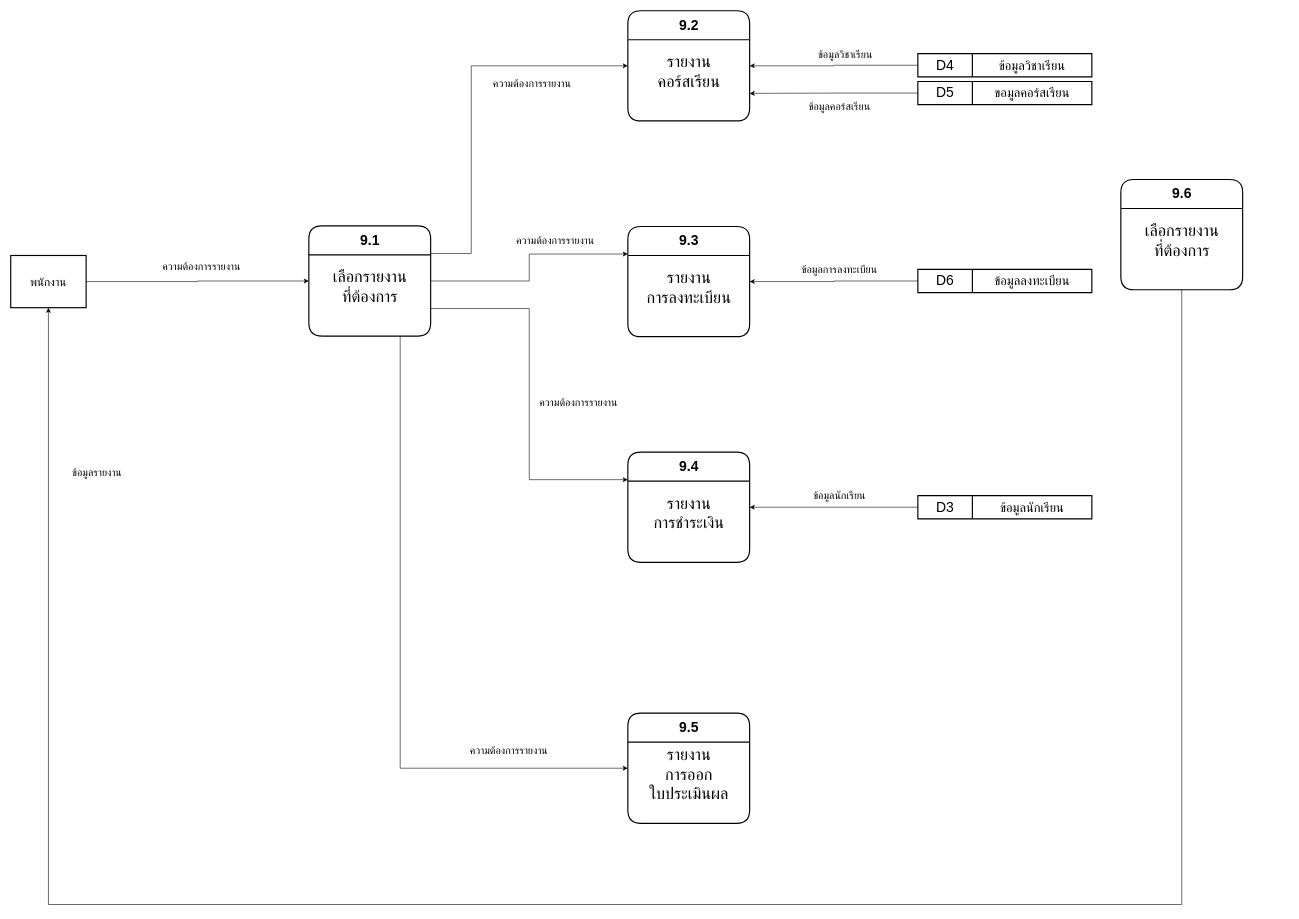
Above: page "Page-10" (10 of 12) of 14-8-65/Er14-8-65.drawio in kongtuk2539/Project-EnrollSystem (draw.io), before the change. Source tidied: cells renumbered, new cells numbered last; positions are measured from the earlier drawing's top-left corner, leaving out a move shared by most shapes. Both pictures are drawn from the tidied source at 58%, with x=0, y=0 at pixel (10, 10).
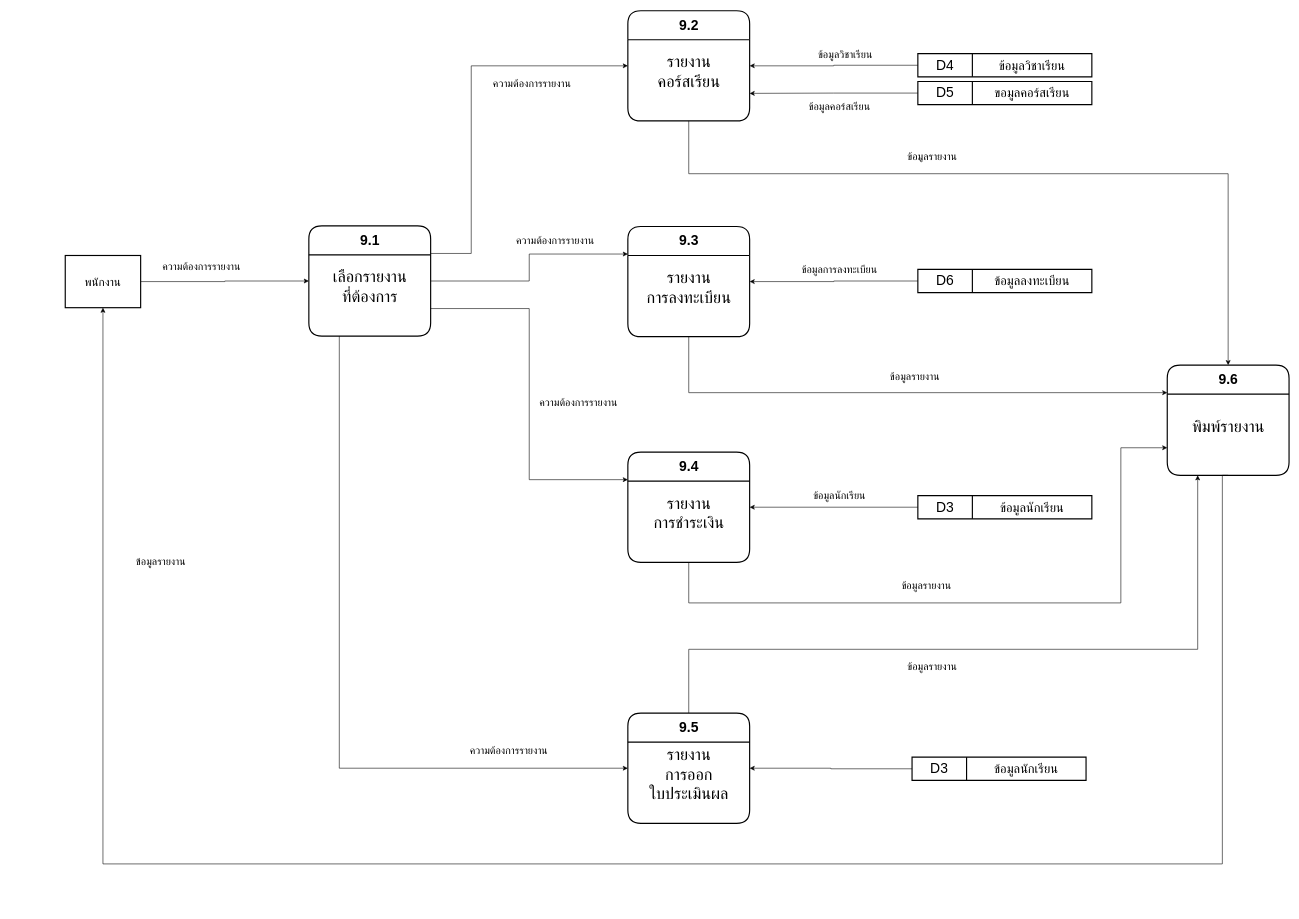
Above is the later version.

Unchanged cells that the change refers to:
```xml
<mxCell id="22" value="&lt;span style=&quot;font-size: 24px;&quot;&gt;9.2&lt;/span&gt;" style="swimlane;rounded=1;shadow=0;glass=0;sketch=0;fontFamily=Helvetica;fontSize=12;strokeWidth=2;html=1;startSize=50;" parent="1" vertex="1">
  <mxGeometry x="1064" width="210" height="190" as="geometry" />
</mxCell>
<mxCell id="24" value="&lt;span style=&quot;font-size: 24px;&quot;&gt;9.3&lt;/span&gt;" style="swimlane;rounded=1;shadow=0;glass=0;sketch=0;fontFamily=Helvetica;fontSize=12;strokeWidth=2;html=1;startSize=50;" parent="1" vertex="1">
  <mxGeometry x="1064" y="372" width="210" height="190" as="geometry" />
</mxCell>
<mxCell id="26" value="&lt;span style=&quot;font-size: 24px;&quot;&gt;9.4&lt;/span&gt;" style="swimlane;rounded=1;shadow=0;glass=0;sketch=0;fontFamily=Helvetica;fontSize=12;strokeWidth=2;html=1;startSize=50;" parent="1" vertex="1">
  <mxGeometry x="1064" y="761" width="210" height="190" as="geometry" />
</mxCell>
<mxCell id="28" value="&lt;span style=&quot;font-size: 24px;&quot;&gt;9.5&lt;/span&gt;" style="swimlane;rounded=1;shadow=0;glass=0;sketch=0;fontFamily=Helvetica;fontSize=12;strokeWidth=2;html=1;startSize=50;" parent="1" vertex="1">
  <mxGeometry x="1064" y="1211" width="210" height="190" as="geometry" />
</mxCell>
<mxCell id="43" value="&lt;span style=&quot;font-size: 24px;&quot;&gt;9.1&lt;/span&gt;" style="swimlane;rounded=1;shadow=0;glass=0;sketch=0;fontFamily=Helvetica;fontSize=12;strokeWidth=2;html=1;startSize=50;" parent="1" vertex="1">
  <mxGeometry x="514" y="371" width="210" height="190" as="geometry" />
</mxCell>
```

Change to the diagram source:
```diff
@@
-    <mxCell id="3" style="edgeStyle=orthogonalEdgeStyle;rounded=0;jettySize=auto;html=1;exitX=0.5;exitY=1;exitDx=0;exitDy=0;entryX=0.5;entryY=1;entryDx=0;entryDy=0;startArrow=classic;startFill=1;endArrow=none;endFill=0;" parent="1" edge="1" source="4" target="45">
-      <mxGeometry relative="1" as="geometry">
-        <Array as="points">
-          <mxPoint x="65" y="1541" />
-          <mxPoint x="2019" y="1541" />
-        </Array>
-      </mxGeometry>
-    </mxCell>
     <mxCell id="4" value="&lt;span style=&quot;font-size: 20px;&quot;&gt;พนักงาน&lt;/span&gt;" style="rounded=0;whiteSpace=wrap;html=1;shadow=0;glass=0;sketch=0;fontFamily=Helvetica;fontSize=24;fontColor=default;strokeColor=default;strokeWidth=2;fillColor=default;" parent="1" vertex="1">
-      <mxGeometry y="422" width="130" height="90" as="geometry" />
+      <mxGeometry x="94" y="422" width="130" height="90" as="geometry" />
     </mxCell>
@@
+    <mxCell id="51" style="edgeStyle=orthogonalEdgeStyle;rounded=0;jettySize=auto;html=1;exitX=0.5;exitY=1;exitDx=0;exitDy=0;entryX=0.5;entryY=0;entryDx=0;entryDy=0;" parent="1" edge="1" source="22" target="45">
+      <mxGeometry relative="1" as="geometry">
+        <Array as="points">
+          <mxPoint x="1169" y="281" />
+          <mxPoint x="2099" y="281" />
+        </Array>
+      </mxGeometry>
+    </mxCell>
@@
+    <mxCell id="52" style="edgeStyle=orthogonalEdgeStyle;rounded=0;jettySize=auto;html=1;exitX=0.5;exitY=1;exitDx=0;exitDy=0;entryX=0;entryY=0.25;entryDx=0;entryDy=0;" parent="1" edge="1" source="24" target="45">
+      <mxGeometry relative="1" as="geometry" />
+    </mxCell>
@@
+    <mxCell id="53" style="edgeStyle=orthogonalEdgeStyle;rounded=0;jettySize=auto;html=1;exitX=0.5;exitY=1;exitDx=0;exitDy=0;entryX=0;entryY=0.75;entryDx=0;entryDy=0;" parent="1" edge="1" source="26" target="45">
+      <mxGeometry relative="1" as="geometry">
+        <Array as="points">
+          <mxPoint x="1169" y="1021" />
+          <mxPoint x="1914" y="1021" />
+          <mxPoint x="1914" y="754" />
+        </Array>
+      </mxGeometry>
+    </mxCell>
@@
+    <mxCell id="54" style="edgeStyle=orthogonalEdgeStyle;rounded=0;jettySize=auto;html=1;exitX=0.5;exitY=0;exitDx=0;exitDy=0;entryX=0.25;entryY=1;entryDx=0;entryDy=0;" parent="1" edge="1" source="28" target="45">
+      <mxGeometry relative="1" as="geometry">
+        <Array as="points">
+          <mxPoint x="1169" y="1101" />
+          <mxPoint x="2047" y="1101" />
+        </Array>
+      </mxGeometry>
+    </mxCell>
@@
     <mxCell id="38" value="ข้อมูลรายงาน" style="text;html=1;strokeColor=none;fillColor=none;align=center;verticalAlign=middle;whiteSpace=wrap;rounded=0;shadow=0;glass=0;sketch=0;fontFamily=Helvetica;fontSize=18;fontColor=default;" parent="1" vertex="1">
-      <mxGeometry x="24" y="781" width="250" height="30" as="geometry" />
+      <mxGeometry x="104" y="911" width="310" height="80" as="geometry" />
     </mxCell>
@@
-    <mxCell id="42" style="edgeStyle=orthogonalEdgeStyle;rounded=0;jettySize=auto;html=1;exitX=0.75;exitY=1;exitDx=0;exitDy=0;entryX=0;entryY=0.5;entryDx=0;entryDy=0;startArrow=none;startFill=0;endArrow=classic;endFill=1;" parent="1" edge="1" source="43" target="28">
+    <mxCell id="42" style="edgeStyle=orthogonalEdgeStyle;rounded=0;jettySize=auto;html=1;exitX=0.25;exitY=1;exitDx=0;exitDy=0;entryX=0;entryY=0.5;entryDx=0;entryDy=0;startArrow=none;startFill=0;endArrow=classic;endFill=1;" parent="1" edge="1" source="43" target="28">
       <mxGeometry relative="1" as="geometry" />
     </mxCell>
@@
-    <mxCell id="45" value="&lt;span style=&quot;font-size: 24px;&quot;&gt;9.6&lt;/span&gt;" style="swimlane;rounded=1;shadow=0;glass=0;sketch=0;fontFamily=Helvetica;fontSize=12;strokeWidth=2;html=1;startSize=50;" parent="1" vertex="1">
-      <mxGeometry x="1914" y="291" width="210" height="190" as="geometry" />
-    </mxCell>
-    <mxCell id="46" value="&lt;span style=&quot;font-size: 28px;&quot;&gt;เลือกรายงาน&lt;br&gt;ที่ต้องการ&lt;br&gt;&lt;/span&gt;" style="text;html=1;align=center;verticalAlign=middle;fontSize=12;fontFamily=Helvetica;fillColor=none;" parent="45" vertex="1">
-      <mxGeometry x="20" y="65" width="170" height="80" as="geometry" />
-    </mxCell>
@@
+    <mxCell id="55" style="edgeStyle=orthogonalEdgeStyle;rounded=0;jettySize=auto;html=1;exitX=0.5;exitY=1;exitDx=0;exitDy=0;entryX=0.5;entryY=1;entryDx=0;entryDy=0;" parent="1" edge="1" source="45" target="4">
+      <mxGeometry relative="1" as="geometry">
+        <Array as="points">
+          <mxPoint x="2089" y="1471" />
+          <mxPoint x="159" y="1471" />
+        </Array>
+      </mxGeometry>
+    </mxCell>
+    <mxCell id="45" value="&lt;span style=&quot;font-size: 24px;&quot;&gt;9.6&lt;/span&gt;" style="swimlane;rounded=1;shadow=0;glass=0;sketch=0;fontFamily=Helvetica;fontSize=12;strokeWidth=2;html=1;startSize=50;" parent="1" vertex="1">
+      <mxGeometry x="1994" y="611" width="210" height="190" as="geometry" />
+    </mxCell>
+    <mxCell id="56" value="&lt;span style=&quot;font-size: 28px;&quot;&gt;พิมพ์รายงาน&lt;br&gt;&lt;/span&gt;" style="text;html=1;align=center;verticalAlign=middle;fontSize=12;fontFamily=Helvetica;fillColor=none;" parent="45" vertex="1">
+      <mxGeometry x="20" y="80" width="170" height="50" as="geometry" />
+    </mxCell>
+    <mxCell id="57" style="shape=table;startSize=0;childLayout=tableLayout;rounded=1;shadow=0;glass=0;sketch=0;fontFamily=Helvetica;fontSize=24;fontColor=default;strokeColor=default;strokeWidth=2;fillColor=default;gradientColor=#ffffff;html=1;" parent="1" vertex="1">
+      <mxGeometry x="1554" y="1287" width="300" height="40" as="geometry" />
+    </mxCell>
+    <mxCell id="58" style="shape=tableRow;horizontal=0;startSize=0;swimlaneHead=0;swimlaneBody=0;top=0;left=0;bottom=0;right=0;fillColor=none;points=[[0,0.5],[1,0.5]];portConstraint=eastwest;rounded=1;shadow=0;glass=0;sketch=0;fontFamily=Helvetica;fontSize=24;fontColor=default;strokeColor=default;strokeWidth=2;html=1;" parent="57" vertex="1">
+      <mxGeometry width="300" height="40" as="geometry" />
+    </mxCell>
+    <mxCell id="59" value="D3" style="shape=partialRectangle;html=1;whiteSpace=wrap;overflow=hidden;fillColor=none;top=0;left=0;bottom=0;right=0;rounded=1;shadow=0;glass=0;sketch=0;fontFamily=Helvetica;fontSize=24;fontColor=default;strokeColor=default;strokeWidth=2;" parent="58" vertex="1">
+      <mxGeometry width="94" height="40" as="geometry" />
+    </mxCell>
+    <mxCell id="60" value="&lt;span style=&quot;font-size: 22px;&quot;&gt;ข้อมูลนักเรียน&lt;/span&gt;" style="shape=partialRectangle;html=1;whiteSpace=wrap;overflow=hidden;fillColor=none;top=0;left=0;bottom=0;right=0;rounded=1;shadow=0;glass=0;sketch=0;fontFamily=Helvetica;fontSize=24;fontColor=default;strokeColor=default;strokeWidth=2;" parent="58" vertex="1">
+      <mxGeometry x="94" width="206" height="40" as="geometry" />
+    </mxCell>
+    <mxCell id="61" style="edgeStyle=orthogonalEdgeStyle;rounded=0;jettySize=auto;html=1;exitX=0;exitY=0.5;exitDx=0;exitDy=0;entryX=1;entryY=0.5;entryDx=0;entryDy=0;" parent="1" edge="1" source="58" target="28">
+      <mxGeometry relative="1" as="geometry" />
+    </mxCell>
+    <mxCell id="62" value="ข้อมูลรายงาน" style="text;html=1;strokeColor=none;fillColor=none;align=center;verticalAlign=middle;whiteSpace=wrap;rounded=0;shadow=0;glass=0;sketch=0;fontFamily=Helvetica;fontSize=18;fontColor=default;" parent="1" vertex="1">
+      <mxGeometry x="1434" y="1091" width="310" height="80" as="geometry" />
+    </mxCell>
+    <mxCell id="63" value="ข้อมูลรายงาน" style="text;html=1;strokeColor=none;fillColor=none;align=center;verticalAlign=middle;whiteSpace=wrap;rounded=0;shadow=0;glass=0;sketch=0;fontFamily=Helvetica;fontSize=18;fontColor=default;" parent="1" vertex="1">
+      <mxGeometry x="1424" y="951" width="310" height="80" as="geometry" />
+    </mxCell>
+    <mxCell id="64" value="ข้อมูลรายงาน" style="text;html=1;strokeColor=none;fillColor=none;align=center;verticalAlign=middle;whiteSpace=wrap;rounded=0;shadow=0;glass=0;sketch=0;fontFamily=Helvetica;fontSize=18;fontColor=default;" parent="1" vertex="1">
+      <mxGeometry x="1404" y="591" width="310" height="80" as="geometry" />
+    </mxCell>
+    <mxCell id="65" value="ข้อมูลรายงาน" style="text;html=1;strokeColor=none;fillColor=none;align=center;verticalAlign=middle;whiteSpace=wrap;rounded=0;shadow=0;glass=0;sketch=0;fontFamily=Helvetica;fontSize=18;fontColor=default;" parent="1" vertex="1">
+      <mxGeometry x="1434" y="211" width="310" height="80" as="geometry" />
+    </mxCell>
```
